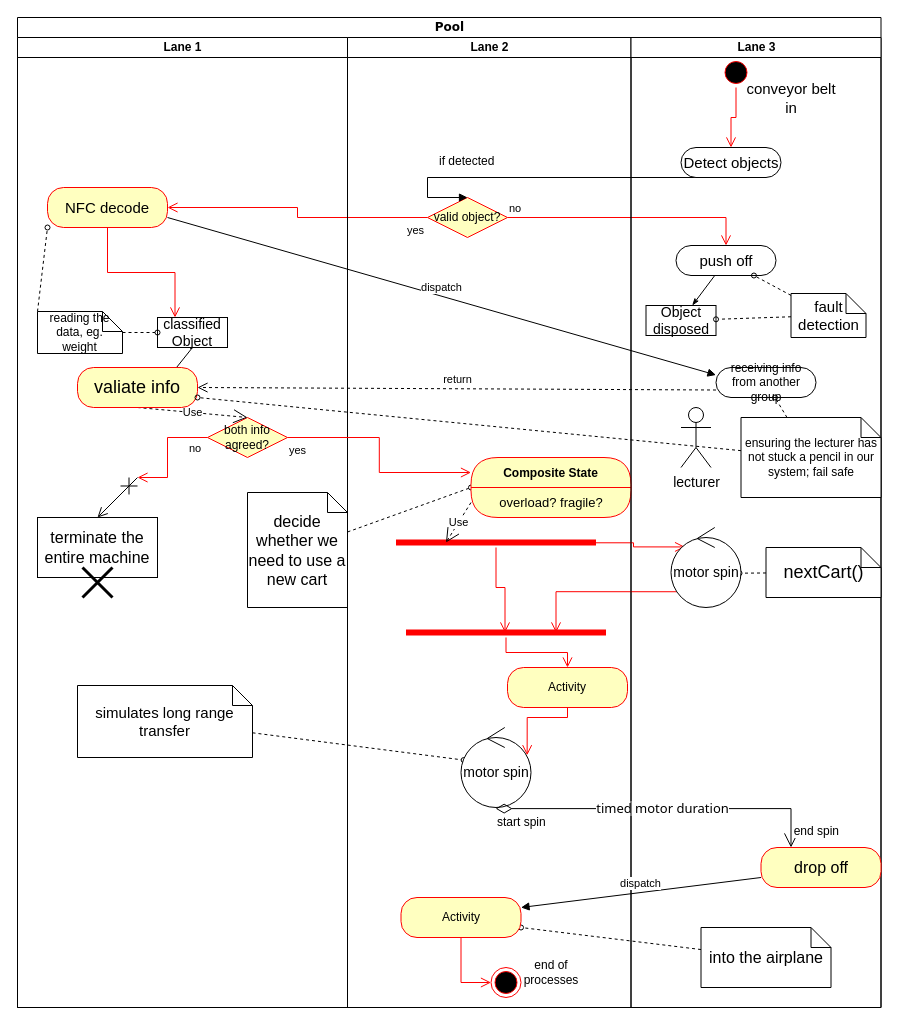
Before: 2IO75 Embeded Systems UML.drawio in ShiyunKong/draw.io-storage, a draw.io diagram. Source tidied: cells renumbered, new cells numbered last; positions are measured from the earlier drawing's top-left corner, leaving out a move shared by most shapes. Both pictures are drawn from the tidied source at 100%, with x=0, y=0 at pixel (17, 17).
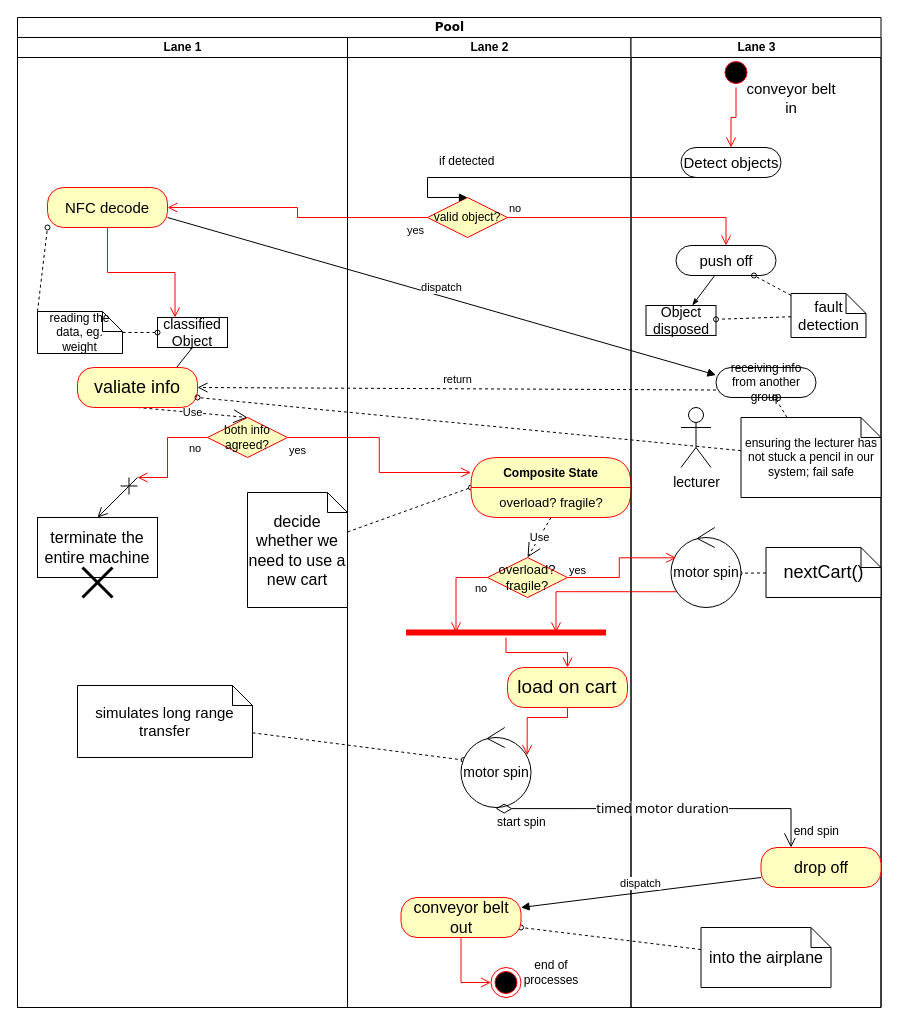
After the change.

The change refers to these unchanged cells:
```xml
<mxCell id="2" value="Pool" style="swimlane;html=1;startSize=20;rounded=0;shadow=0;comic=0;labelBackgroundColor=none;strokeWidth=1;fontFamily=Verdana;fontSize=12;align=center;" parent="1" vertex="1">
  <mxGeometry width="863.5" height="990" as="geometry" />
</mxCell>
<mxCell id="28" value="Lane 2" style="swimlane;html=1;startSize=20;" parent="2" vertex="1">
  <mxGeometry x="330" y="20" width="283.5" height="970" as="geometry" />
</mxCell>
<mxCell id="34" style="shape=line;html=1;strokeWidth=6;strokeColor=#ff0000;" parent="28" vertex="1">
  <mxGeometry x="58.5" y="590" width="200" height="10" as="geometry" />
</mxCell>
<mxCell id="39" value="&lt;font style=&quot;font-size: 13px;&quot; face=&quot;Calibri&quot;&gt;overload? fragile?&lt;br&gt;&lt;/font&gt;" style="text;html=1;strokeColor=none;fillColor=none;align=center;verticalAlign=middle;spacingLeft=4;spacingRight=4;whiteSpace=wrap;overflow=hidden;fontColor=#000000;" parent="38" vertex="1">
  <mxGeometry y="30" width="160" height="30" as="geometry" />
</mxCell>
<mxCell id="69" value="&lt;font style=&quot;font-size: 14px;&quot; face=&quot;Calibri&quot;&gt;motor spin&lt;br&gt;&lt;/font&gt;" style="ellipse;shape=umlControl;whiteSpace=wrap;html=1;" parent="51" vertex="1">
  <mxGeometry x="40" y="490" width="70" height="80" as="geometry" />
</mxCell>
```

Change to the diagram source:
```diff
@@
-    <mxCell id="31" style="shape=line;html=1;strokeWidth=6;strokeColor=#ff0000;" parent="28" vertex="1">
-      <mxGeometry x="48.5" y="500" width="200" height="10" as="geometry" />
-    </mxCell>
-    <mxCell id="32" style="edgeStyle=orthogonalEdgeStyle;html=1;verticalAlign=bottom;endArrow=open;endSize=8;strokeColor=#ff0000;rounded=0;entryX=0.495;entryY=0.5;entryDx=0;entryDy=0;entryPerimeter=0;" parent="28" edge="1" source="31" target="34">
-      <mxGeometry relative="1" as="geometry" />
-    </mxCell>
-    <mxCell id="33" value="Use" style="endArrow=open;endSize=12;dashed=1;html=1;rounded=0;exitX=0;exitY=0.5;exitDx=0;exitDy=0;entryX=0.25;entryY=0.5;entryDx=0;entryDy=0;entryPerimeter=0;" parent="28" edge="1" source="39" target="31">
-      <mxGeometry relative="1" as="geometry" />
-    </mxCell>
@@
-    <mxCell id="40" value="Activity" style="rounded=1;whiteSpace=wrap;html=1;arcSize=40;fontColor=#000000;fillColor=#ffffc0;strokeColor=#ff0000;" parent="28" vertex="1">
+    <mxCell id="40" value="&lt;font style=&quot;font-size: 19px;&quot; face=&quot;Calibri&quot;&gt;load on cart&lt;br&gt;&lt;/font&gt;" style="rounded=1;whiteSpace=wrap;html=1;arcSize=40;fontColor=#000000;fillColor=#ffffc0;strokeColor=#ff0000;" parent="28" vertex="1">
       <mxGeometry x="160" y="630" width="120" height="40" as="geometry" />
     </mxCell>
@@
-    <mxCell id="42" value="Activity" style="rounded=1;whiteSpace=wrap;html=1;arcSize=40;fontColor=#000000;fillColor=#ffffc0;strokeColor=#ff0000;" parent="28" vertex="1">
+    <mxCell id="42" value="&lt;font style=&quot;font-size: 16px;&quot; face=&quot;Calibri&quot;&gt;conveyor belt out&lt;br&gt;&lt;/font&gt;" style="rounded=1;whiteSpace=wrap;html=1;arcSize=40;fontColor=#000000;fillColor=#ffffc0;strokeColor=#ff0000;" parent="28" vertex="1">
       <mxGeometry x="53.5" y="860" width="120" height="40" as="geometry" />
     </mxCell>
@@
+    <mxCell id="72" value="&lt;font style=&quot;font-size: 13px;&quot; face=&quot;Calibri&quot;&gt;overload? fragile?&lt;/font&gt;" style="rhombus;whiteSpace=wrap;html=1;fontColor=#000000;fillColor=#ffffc0;strokeColor=#ff0000;" parent="28" vertex="1">
+      <mxGeometry x="140" y="520" width="80" height="40" as="geometry" />
+    </mxCell>
+    <mxCell id="73" value="no" style="edgeStyle=orthogonalEdgeStyle;html=1;align=left;verticalAlign=bottom;endArrow=open;endSize=8;strokeColor=#ff0000;rounded=0;exitX=0;exitY=0.5;exitDx=0;exitDy=0;entryX=0.25;entryY=0.5;entryDx=0;entryDy=0;entryPerimeter=0;" parent="28" edge="1" source="72" target="34">
+      <mxGeometry x="-0.68" y="20" relative="1" as="geometry" />
+    </mxCell>
+    <mxCell id="33" value="Use" style="endArrow=open;endSize=12;dashed=1;html=1;rounded=0;exitX=0.5;exitY=1;exitDx=0;exitDy=0;entryX=0.5;entryY=0;entryDx=0;entryDy=0;" parent="28" edge="1" source="39" target="72">
+      <mxGeometry relative="1" as="geometry" />
+    </mxCell>
@@
-    <mxCell id="46" style="edgeStyle=orthogonalEdgeStyle;html=1;verticalAlign=bottom;endArrow=open;endSize=8;strokeColor=#ff0000;rounded=0;exitX=0.658;exitY=0.527;exitDx=0;exitDy=0;exitPerimeter=0;entryX=0.201;entryY=0.243;entryDx=0;entryDy=0;entryPerimeter=0;" parent="2" edge="1" source="31" target="69">
-      <mxGeometry relative="1" as="geometry" />
-    </mxCell>
@@
+    <mxCell id="74" value="yes" style="edgeStyle=orthogonalEdgeStyle;html=1;align=left;verticalAlign=top;endArrow=open;endSize=8;strokeColor=#ff0000;rounded=0;entryX=0.074;entryY=0.379;entryDx=0;entryDy=0;entryPerimeter=0;" parent="2" edge="1" source="72" target="69">
+      <mxGeometry x="-1" y="20" relative="1" as="geometry" />
+    </mxCell>
```
